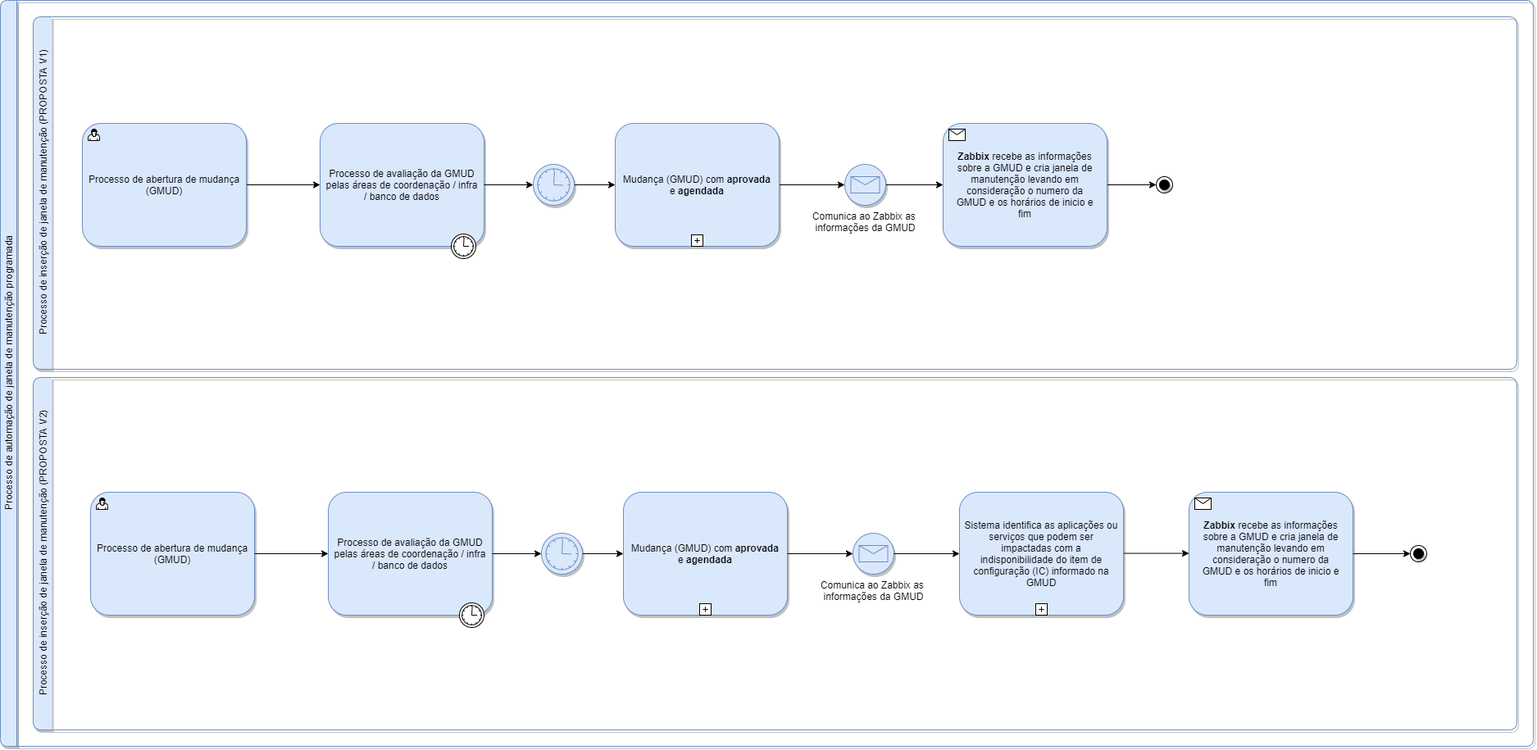
The draw.io diagram Diagram/TechDay.png in felixti/xp-hackton-team-13, before a commit. Source tidied: cells renumbered, new cells last; positions are measured from the earlier drawing's top-left corner, leaving out a move shared by most shapes.
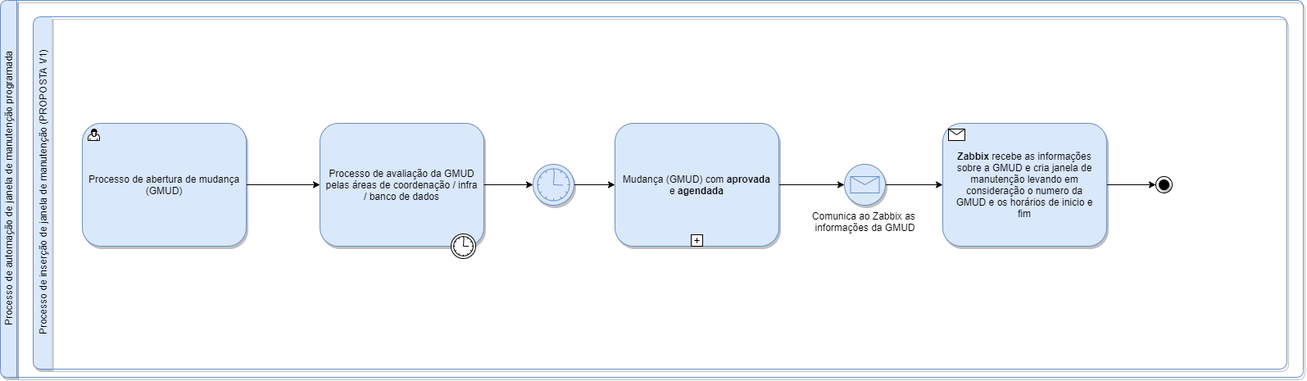
Above is the later version.

Change to the diagram source:
```diff
@@ -56,92 +56,16 @@
       </mxGeometry>
     </mxCell>
     <mxCell id="17" value="Processo de automação de janela de manutenção programada" style="swimlane;html=1;horizontal=0;startSize=20;rounded=1;shadow=1;glass=0;sketch=0;strokeColor=#6c8ebf;fillColor=#dae8fc;fontStyle=0;" parent="1" vertex="1">
-      <mxGeometry width="1870" height="910" as="geometry" />
+      <mxGeometry width="1590" height="460" as="geometry" />
     </mxCell>
-    <mxCell id="18" value="Processo de inserção de janela de manutenção (PROPOSTA V2)" style="swimlane;html=1;horizontal=0;swimlaneLine=0;rounded=1;shadow=1;glass=0;sketch=0;strokeColor=#6c8ebf;fillColor=#dae8fc;fontStyle=0;" parent="17" vertex="1">
-      <mxGeometry x="40" y="460" width="1810" height="430" as="geometry" />
-    </mxCell>
-    <mxCell id="19" value="Processo de abertura de mudança (GMUD)" style="html=1;whiteSpace=wrap;rounded=1;shadow=1;sketch=0;fillColor=#dae8fc;strokeColor=#6c8ebf;spacingTop=5;spacingLeft=5;spacingBottom=5;spacingRight=5;" parent="18" vertex="1">
-      <mxGeometry x="70" y="140" width="200" height="150" as="geometry" />
-    </mxCell>
-    <mxCell id="20" style="html=1;shape=mxgraph.bpmn.user_task;" parent="19" vertex="1">
-      <mxGeometry width="14" height="14" relative="1" as="geometry">
-        <mxPoint x="7" y="7" as="offset" />
-      </mxGeometry>
-    </mxCell>
-    <mxCell id="21" value="Processo de avaliação da GMUD pelas áreas de coordenação / infra / banco de dados" style="html=1;whiteSpace=wrap;rounded=1;shadow=1;sketch=0;fillColor=#dae8fc;strokeColor=#6c8ebf;spacingTop=5;spacingLeft=5;spacingBottom=5;spacingRight=5;" parent="18" vertex="1">
-      <mxGeometry x="360" y="140" width="200" height="150" as="geometry" />
-    </mxCell>
-    <mxCell id="22" style="shape=mxgraph.bpmn.timer_start;perimeter=ellipsePerimeter;html=1;verticalLabelPosition=bottom;verticalAlign=top;" parent="21" vertex="1">
-      <mxGeometry x="1" y="1" width="30" height="30" relative="1" as="geometry">
-        <mxPoint x="-40" y="-15" as="offset" />
-      </mxGeometry>
-    </mxCell>
-    <mxCell id="23" style="edgeStyle=orthogonalEdgeStyle;rounded=0;jettySize=auto;html=1;" parent="18" edge="1" source="19" target="21">
-      <mxGeometry relative="1" as="geometry" />
-    </mxCell>
-    <mxCell id="24" value="Mudança (GMUD) com &lt;b&gt;aprovada &lt;/b&gt;e &lt;b&gt;agendada&lt;/b&gt;" style="html=1;whiteSpace=wrap;rounded=1;shadow=1;sketch=0;fillColor=#dae8fc;strokeColor=#6c8ebf;glass=0;spacingTop=5;spacingLeft=5;spacingBottom=5;spacingRight=5;" parent="18" vertex="1">
-      <mxGeometry x="720" y="140" width="200" height="150" as="geometry" />
-    </mxCell>
-    <mxCell id="25" style="html=1;shape=plus;" parent="24" vertex="1">
-      <mxGeometry x="0.5" y="1" width="14" height="14" relative="1" as="geometry">
-        <mxPoint x="-7" y="-14" as="offset" />
-      </mxGeometry>
-    </mxCell>
-    <mxCell id="26" style="edgeStyle=orthogonalEdgeStyle;rounded=0;jettySize=auto;html=1;" parent="18" edge="1" source="27" target="24">
-      <mxGeometry relative="1" as="geometry" />
-    </mxCell>
-    <mxCell id="27" style="shape=mxgraph.bpmn.shape;html=1;verticalLabelPosition=bottom;labelBackgroundColor=#ffffff;verticalAlign=top;align=center;perimeter=ellipsePerimeter;outlineConnect=0;outline=eventInt;symbol=timer;rounded=1;shadow=1;glass=0;sketch=0;strokeColor=#6c8ebf;fillColor=#dae8fc;" parent="18" vertex="1">
-      <mxGeometry x="620" y="190" width="50" height="50" as="geometry" />
-    </mxCell>
-    <mxCell id="28" value="Comunica ao Zabbix as &lt;br&gt;informações da GMUD" style="shape=mxgraph.bpmn.shape;html=1;verticalLabelPosition=bottom;labelBackgroundColor=#ffffff;verticalAlign=top;align=center;perimeter=ellipsePerimeter;outlineConnect=0;outline=standard;symbol=message;rounded=1;shadow=1;glass=0;sketch=0;strokeColor=#6c8ebf;fillColor=#dae8fc;" parent="18" vertex="1">
-      <mxGeometry x="1000" y="190" width="50" height="50" as="geometry" />
-    </mxCell>
-    <mxCell id="29" style="edgeStyle=orthogonalEdgeStyle;rounded=0;jettySize=auto;html=1;entryX=0;entryY=0.5;entryDx=0;entryDy=0;" parent="18" edge="1" source="24" target="28">
-      <mxGeometry relative="1" as="geometry" />
-    </mxCell>
-    <mxCell id="30" value="&lt;b&gt;Zabbix &lt;/b&gt;recebe as informações sobre a GMUD e cria janela de manutenção levando em consideração o numero da GMUD e os horários de inicio e fim" style="html=1;whiteSpace=wrap;rounded=1;shadow=1;glass=0;sketch=0;strokeColor=#6c8ebf;fillColor=#dae8fc;spacing=5;spacingBottom=5;spacingLeft=5;spacingRight=5;spacingTop=5;" parent="18" vertex="1">
-      <mxGeometry x="1410" y="140" width="200" height="150" as="geometry" />
-    </mxCell>
-    <mxCell id="31" style="html=1;shape=message;" parent="30" vertex="1">
-      <mxGeometry width="20" height="14" relative="1" as="geometry">
-        <mxPoint x="7" y="7" as="offset" />
-      </mxGeometry>
-    </mxCell>
-    <mxCell id="32" style="edgeStyle=orthogonalEdgeStyle;rounded=0;jettySize=auto;html=1;exitX=1;exitY=0.5;exitDx=0;exitDy=0;entryX=0;entryY=0.5;entryDx=0;entryDy=0;" parent="18" edge="1" source="21" target="27">
-      <mxGeometry relative="1" as="geometry" />
-    </mxCell>
-    <mxCell id="33" style="ellipse;html=1;shape=endState;fillColor=#000000;strokeColor=#000000;rounded=1;shadow=1;glass=0;sketch=0;" parent="18" vertex="1">
-      <mxGeometry x="1680" y="205" width="20" height="20" as="geometry" />
-    </mxCell>
-    <mxCell id="34" style="edgeStyle=orthogonalEdgeStyle;rounded=0;jettySize=auto;html=1;entryX=0;entryY=0.5;entryDx=0;entryDy=0;exitX=1;exitY=0.5;exitDx=0;exitDy=0;" parent="18" edge="1" source="30" target="33">
-      <mxGeometry relative="1" as="geometry" />
-    </mxCell>
-    <mxCell id="35" style="edgeStyle=orthogonalEdgeStyle;rounded=0;orthogonalLoop=1;jettySize=auto;html=1;entryX=0;entryY=0.5;entryDx=0;entryDy=0;" parent="18" edge="1">
-      <mxGeometry relative="1" as="geometry">
-        <mxPoint x="1330" y="214.6" as="sourcePoint" />
-        <mxPoint x="1410" y="214.6" as="targetPoint" />
-      </mxGeometry>
-    </mxCell>
     <mxCell id="36" style="edgeStyle=orthogonalEdgeStyle;rounded=0;jettySize=auto;html=1;exitX=1;exitY=0.5;exitDx=0;exitDy=0;entryX=0;entryY=0.5;entryDx=0;entryDy=0;" parent="1" edge="1" source="5" target="11">
       <mxGeometry relative="1" as="geometry" />
     </mxCell>
     <mxCell id="37" value="Processo de inserção de janela de manutenção (PROPOSTA V1)" style="swimlane;html=1;horizontal=0;swimlaneLine=0;rounded=1;shadow=1;glass=0;sketch=0;strokeColor=#6c8ebf;fillColor=#dae8fc;fontStyle=0;" parent="1" vertex="1">
-      <mxGeometry x="40" y="20" width="1810" height="430" as="geometry" />
+      <mxGeometry x="40" y="20" width="1530" height="430" as="geometry" />
     </mxCell>
     <mxCell id="38" style="ellipse;html=1;shape=endState;fillColor=#000000;strokeColor=#000000;rounded=1;shadow=1;glass=0;sketch=0;" parent="1" vertex="1">
       <mxGeometry x="1410" y="215" width="20" height="20" as="geometry" />
     </mxCell>
-    <mxCell id="39" value="Sistema identifica as aplicações ou serviços que podem ser impactadas com a indisponibilidade do item de configuração (IC) informado na GMUD" style="html=1;whiteSpace=wrap;rounded=1;shadow=1;sketch=0;fillColor=#dae8fc;strokeColor=#6c8ebf;glass=0;spacingTop=5;spacingLeft=5;spacingBottom=5;spacingRight=5;" parent="1" vertex="1">
-      <mxGeometry x="1170" y="600" width="200" height="150" as="geometry" />
-    </mxCell>
-    <mxCell id="40" style="html=1;shape=plus;" parent="39" vertex="1">
-      <mxGeometry x="0.5" y="1" width="14" height="14" relative="1" as="geometry">
-        <mxPoint x="-7" y="-14" as="offset" />
-      </mxGeometry>
-    </mxCell>
-    <mxCell id="41" style="edgeStyle=orthogonalEdgeStyle;rounded=0;jettySize=auto;html=1;entryX=0;entryY=0.5;entryDx=0;entryDy=0;" parent="1" edge="1" source="28" target="39">
-      <mxGeometry relative="1" as="geometry" />
-    </mxCell>
   </root>
 </mxGraphModel>
```
